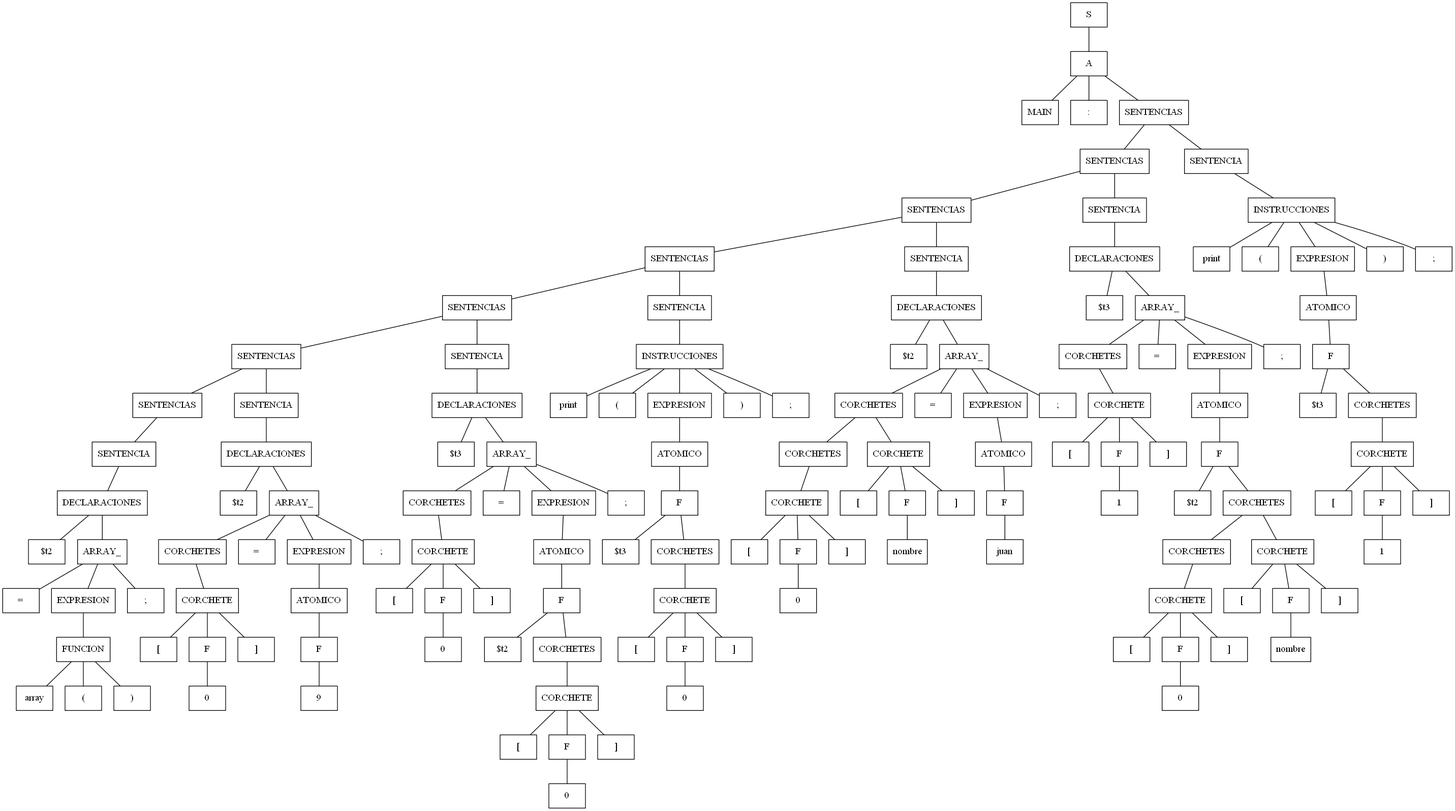
PabloOsuna1997/Proyecto_Augus keeps this Graphviz diagram as reports/ast.png. Above is the earlier version. Its source is kept beside it as reports/ast.dot.
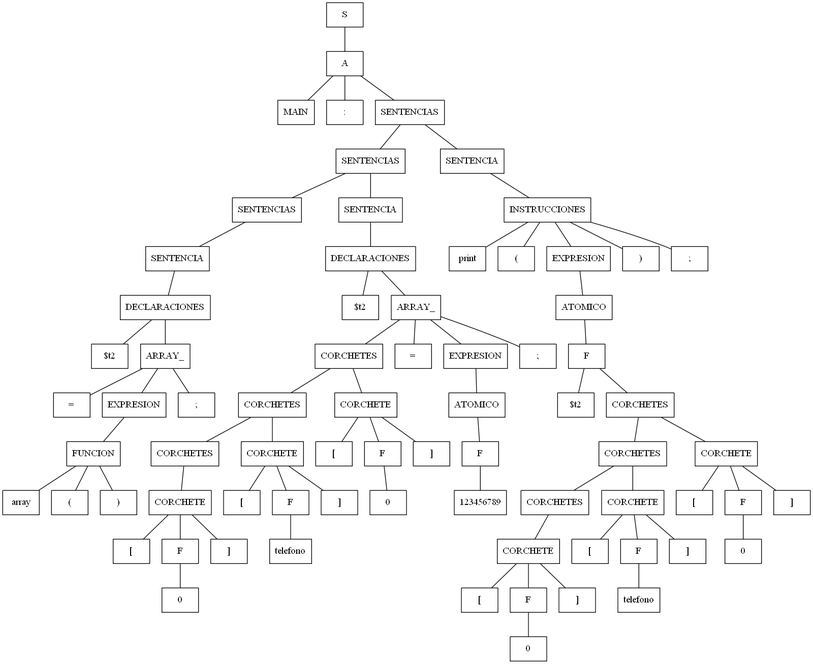
Later version of the same file.

Commit message:
bugfix: reestructure in array declarations

Change to the diagram source:
```diff
@@ -37,288 +37,135 @@
 n0020 -- n0018;
 n0020 -- n0019;
 n0021;
-n0021 [label="9"] ;
+n0021 [label="telefono"] ;
 n0022;
-n0022 [label="F"] ;
-n0022 -- n0021;
-n0023;
-n0023 [label="ATOMICO"] ;
-n0023 -- n0022;
-n0024 [label="CORCHETES"] ;
-n0024 -- n0020;
-n0025 [label="="] ;
-n0026 [label="EXPRESION"] ;
+n0022 [label="["] ;
+n0023 [label="F"] ;
+n0023 -- n0021;
+n0024 [label="]"] ;
+n0025 [label="CORCHETES"] ;
+n0025 -- n0020;
+n0026 [label="CORCHETE"] ;
+n0026 -- n0022;
 n0026 -- n0023;
-n0027 [label=";"] ;
-n0028 [label="$t2"] ;
-n0029 [label="ARRAY_"] ;
-n0029 -- n0024;
-n0029 -- n0025;
-n0029 -- n0026;
+n0026 -- n0024;
+n0027;
+n0027 [label="0"] ;
+n0028;
+n0028 [label="["] ;
+n0029 [label="F"] ;
 n0029 -- n0027;
-n0031 [label="DECLARACIONES"] ;
-n0031 -- n0028;
-n0031 -- n0029;
-n0033 [label="SENTENCIAS"] ;
-n0033 -- n0015;
-n0034 [label="SENTENCIA"] ;
-n0034 -- n0031;
+n0030 [label="]"] ;
+n0031 [label="CORCHETES"] ;
+n0031 -- n0025;
+n0031 -- n0026;
+n0032 [label="CORCHETE"] ;
+n0032 -- n0028;
+n0032 -- n0029;
+n0032 -- n0030;
+n0033;
+n0033 [label="123456789"] ;
+n0034;
+n0034 [label="F"] ;
+n0034 -- n0033;
 n0035;
-n0035 [label="0"] ;
-n0036;
-n0036 [label="["] ;
-n0037 [label="F"] ;
-n0037 -- n0035;
-n0038 [label="]"] ;
-n0039 [label="CORCHETE"] ;
-n0039 -- n0036;
-n0039 -- n0037;
-n0039 -- n0038;
-n0040;
-n0040 [label="0"] ;
-n0041;
-n0041 [label="["] ;
-n0042 [label="F"] ;
-n0042 -- n0040;
-n0043 [label="]"] ;
-n0044 [label="CORCHETE"] ;
-n0044 -- n0041;
-n0044 -- n0042;
-n0044 -- n0043;
-n0046 [label="$t2"] ;
-n0047 [label="CORCHETES"] ;
-n0047 -- n0044;
+n0035 [label="ATOMICO"] ;
+n0035 -- n0034;
+n0036 [label="CORCHETES"] ;
+n0036 -- n0031;
+n0036 -- n0032;
+n0037 [label="="] ;
+n0038 [label="EXPRESION"] ;
+n0038 -- n0035;
+n0039 [label=";"] ;
+n0040 [label="$t2"] ;
+n0041 [label="ARRAY_"] ;
+n0041 -- n0036;
+n0041 -- n0037;
+n0041 -- n0038;
+n0041 -- n0039;
+n0043 [label="DECLARACIONES"] ;
+n0043 -- n0040;
+n0043 -- n0041;
+n0045 [label="SENTENCIAS"] ;
+n0045 -- n0015;
+n0046 [label="SENTENCIA"] ;
+n0046 -- n0043;
+n0047;
+n0047 [label="0"] ;
 n0048;
-n0048 [label="F"] ;
-n0048 -- n0046;
-n0048 -- n0047;
-n0049;
-n0049 [label="ATOMICO"] ;
-n0049 -- n0048;
-n0050 [label="CORCHETES"] ;
-n0050 -- n0039;
-n0051 [label="="] ;
-n0052 [label="EXPRESION"] ;
-n0052 -- n0049;
-n0053 [label=";"] ;
-n0054 [label="$t3"] ;
-n0055 [label="ARRAY_"] ;
-n0055 -- n0050;
-n0055 -- n0051;
-n0055 -- n0052;
-n0055 -- n0053;
-n0057 [label="DECLARACIONES"] ;
+n0048 [label="["] ;
+n0049 [label="F"] ;
+n0049 -- n0047;
+n0050 [label="]"] ;
+n0051 [label="CORCHETE"] ;
+n0051 -- n0048;
+n0051 -- n0049;
+n0051 -- n0050;
+n0052;
+n0052 [label="telefono"] ;
+n0053;
+n0053 [label="["] ;
+n0054 [label="F"] ;
+n0054 -- n0052;
+n0055 [label="]"] ;
+n0056 [label="CORCHETES"] ;
+n0056 -- n0051;
+n0057 [label="CORCHETE"] ;
+n0057 -- n0053;
 n0057 -- n0054;
 n0057 -- n0055;
-n0059 [label="SENTENCIAS"] ;
-n0059 -- n0033;
-n0059 -- n0034;
-n0060 [label="SENTENCIA"] ;
-n0060 -- n0057;
-n0061;
-n0061 [label="0"] ;
-n0062;
-n0062 [label="["] ;
-n0063 [label="F"] ;
+n0058;
+n0058 [label="0"] ;
+n0059;
+n0059 [label="["] ;
+n0060 [label="F"] ;
+n0060 -- n0058;
+n0061 [label="]"] ;
+n0062 [label="CORCHETES"] ;
+n0062 -- n0056;
+n0062 -- n0057;
+n0063 [label="CORCHETE"] ;
+n0063 -- n0059;
+n0063 -- n0060;
 n0063 -- n0061;
-n0064 [label="]"] ;
-n0065 [label="CORCHETE"] ;
-n0065 -- n0062;
-n0065 -- n0063;
-n0065 -- n0064;
-n0067 [label="$t3"] ;
-n0068 [label="CORCHETES"] ;
-n0068 -- n0065;
-n0069;
-n0069 [label="F"] ;
-n0069 -- n0067;
-n0069 -- n0068;
-n0070;
-n0070 [label="ATOMICO"] ;
-n0070 -- n0069;
-n0071 [label="print"] ;
-n0072 [label="("] ;
-n0073 [label="EXPRESION"] ;
-n0074 [label=")"] ;
-n0075 [label=";"] ;
-n0073 -- n0070;
-n0076 [label="INSTRUCCIONES"] ;
-n0076 -- n0071;
-n0076 -- n0072;
-n0076 -- n0073;
-n0076 -- n0074;
-n0076 -- n0075;
-n0078 [label="SENTENCIAS"] ;
-n0078 -- n0059;
-n0078 -- n0060;
-n0079 [label="SENTENCIA"] ;
-n0079 -- n0076;
-n0080;
-n0080 [label="0"] ;
-n0081;
-n0081 [label="["] ;
-n0082 [label="F"] ;
+n0065 [label="$t2"] ;
+n0066 [label="CORCHETES"] ;
+n0066 -- n0062;
+n0066 -- n0063;
+n0067;
+n0067 [label="F"] ;
+n0067 -- n0065;
+n0067 -- n0066;
+n0068;
+n0068 [label="ATOMICO"] ;
+n0068 -- n0067;
+n0069 [label="print"] ;
+n0070 [label="("] ;
+n0071 [label="EXPRESION"] ;
+n0072 [label=")"] ;
+n0073 [label=";"] ;
+n0071 -- n0068;
+n0074 [label="INSTRUCCIONES"] ;
+n0074 -- n0069;
+n0074 -- n0070;
+n0074 -- n0071;
+n0074 -- n0072;
+n0074 -- n0073;
+n0076 [label="SENTENCIAS"] ;
+n0076 -- n0045;
+n0076 -- n0046;
+n0077 [label="SENTENCIA"] ;
+n0077 -- n0074;
+n0079 [label="MAIN"] ;
+n0080 [label=":"] ;
+n0081 [label="SENTENCIAS"] ;
+n0081 -- n0076;
+n0081 -- n0077;
+n0082 [label="A"] ;
+n0082 -- n0079;
 n0082 -- n0080;
-n0083 [label="]"] ;
-n0084 [label="CORCHETE"] ;
-n0084 -- n0081;
-n0084 -- n0082;
-n0084 -- n0083;
-n0085;
-n0085 [label="nombre"] ;
-n0086;
-n0086 [label="["] ;
-n0087 [label="F"] ;
-n0087 -- n0085;
-n0088 [label="]"] ;
-n0089 [label="CORCHETES"] ;
-n0089 -- n0084;
-n0090 [label="CORCHETE"] ;
-n0090 -- n0086;
-n0090 -- n0087;
-n0090 -- n0088;
-n0091;
-n0091 [label="juan"] ;
-n0092;
-n0092 [label="F"] ;
-n0092 -- n0091;
-n0093;
-n0093 [label="ATOMICO"] ;
-n0093 -- n0092;
-n0094 [label="CORCHETES"] ;
-n0094 -- n0089;
-n0094 -- n0090;
-n0095 [label="="] ;
-n0096 [label="EXPRESION"] ;
-n0096 -- n0093;
-n0097 [label=";"] ;
-n0098 [label="$t2"] ;
-n0099 [label="ARRAY_"] ;
-n0099 -- n0094;
-n0099 -- n0095;
-n0099 -- n0096;
-n0099 -- n0097;
-n00101 [label="DECLARACIONES"] ;
-n00101 -- n0098;
-n00101 -- n0099;
-n00103 [label="SENTENCIAS"] ;
-n00103 -- n0078;
-n00103 -- n0079;
-n00104 [label="SENTENCIA"] ;
-n00104 -- n00101;
-n00105;
-n00105 [label="1"] ;
-n00106;
-n00106 [label="["] ;
-n00107 [label="F"] ;
-n00107 -- n00105;
-n00108 [label="]"] ;
-n00109 [label="CORCHETE"] ;
-n00109 -- n00106;
-n00109 -- n00107;
-n00109 -- n00108;
-n00110;
-n00110 [label="0"] ;
-n00111;
-n00111 [label="["] ;
-n00112 [label="F"] ;
-n00112 -- n00110;
-n00113 [label="]"] ;
-n00114 [label="CORCHETE"] ;
-n00114 -- n00111;
-n00114 -- n00112;
-n00114 -- n00113;
-n00115;
-n00115 [label="nombre"] ;
-n00116;
-n00116 [label="["] ;
-n00117 [label="F"] ;
-n00117 -- n00115;
-n00118 [label="]"] ;
-n00119 [label="CORCHETES"] ;
-n00119 -- n00114;
-n00120 [label="CORCHETE"] ;
-n00120 -- n00116;
-n00120 -- n00117;
-n00120 -- n00118;
-n00122 [label="$t2"] ;
-n00123 [label="CORCHETES"] ;
-n00123 -- n00119;
-n00123 -- n00120;
-n00124;
-n00124 [label="F"] ;
-n00124 -- n00122;
-n00124 -- n00123;
-n00125;
-n00125 [label="ATOMICO"] ;
-n00125 -- n00124;
-n00126 [label="CORCHETES"] ;
-n00126 -- n00109;
-n00127 [label="="] ;
-n00128 [label="EXPRESION"] ;
-n00128 -- n00125;
-n00129 [label=";"] ;
-n00130 [label="$t3"] ;
-n00131 [label="ARRAY_"] ;
-n00131 -- n00126;
-n00131 -- n00127;
-n00131 -- n00128;
-n00131 -- n00129;
-n00133 [label="DECLARACIONES"] ;
-n00133 -- n00130;
-n00133 -- n00131;
-n00135 [label="SENTENCIAS"] ;
-n00135 -- n00103;
-n00135 -- n00104;
-n00136 [label="SENTENCIA"] ;
-n00136 -- n00133;
-n00137;
-n00137 [label="1"] ;
-n00138;
-n00138 [label="["] ;
-n00139 [label="F"] ;
-n00139 -- n00137;
-n00140 [label="]"] ;
-n00141 [label="CORCHETE"] ;
-n00141 -- n00138;
-n00141 -- n00139;
-n00141 -- n00140;
-n00143 [label="$t3"] ;
-n00144 [label="CORCHETES"] ;
-n00144 -- n00141;
-n00145;
-n00145 [label="F"] ;
-n00145 -- n00143;
-n00145 -- n00144;
-n00146;
-n00146 [label="ATOMICO"] ;
-n00146 -- n00145;
-n00147 [label="print"] ;
-n00148 [label="("] ;
-n00149 [label="EXPRESION"] ;
-n00150 [label=")"] ;
-n00151 [label=";"] ;
-n00149 -- n00146;
-n00152 [label="INSTRUCCIONES"] ;
-n00152 -- n00147;
-n00152 -- n00148;
-n00152 -- n00149;
-n00152 -- n00150;
-n00152 -- n00151;
-n00154 [label="SENTENCIAS"] ;
-n00154 -- n00135;
-n00154 -- n00136;
-n00155 [label="SENTENCIA"] ;
-n00155 -- n00152;
-n00157 [label="MAIN"] ;
-n00158 [label=":"] ;
-n00159 [label="SENTENCIAS"] ;
-n00159 -- n00154;
-n00159 -- n00155;
-n00160 [label="A"] ;
-n00160 -- n00157;
-n00160 -- n00158;
-n00160 -- n00159;
-n00161 [label="S"] ;
-n00161 -- n00160;
+n0082 -- n0081;
+n0083 [label="S"] ;
+n0083 -- n0082;
 }
```
